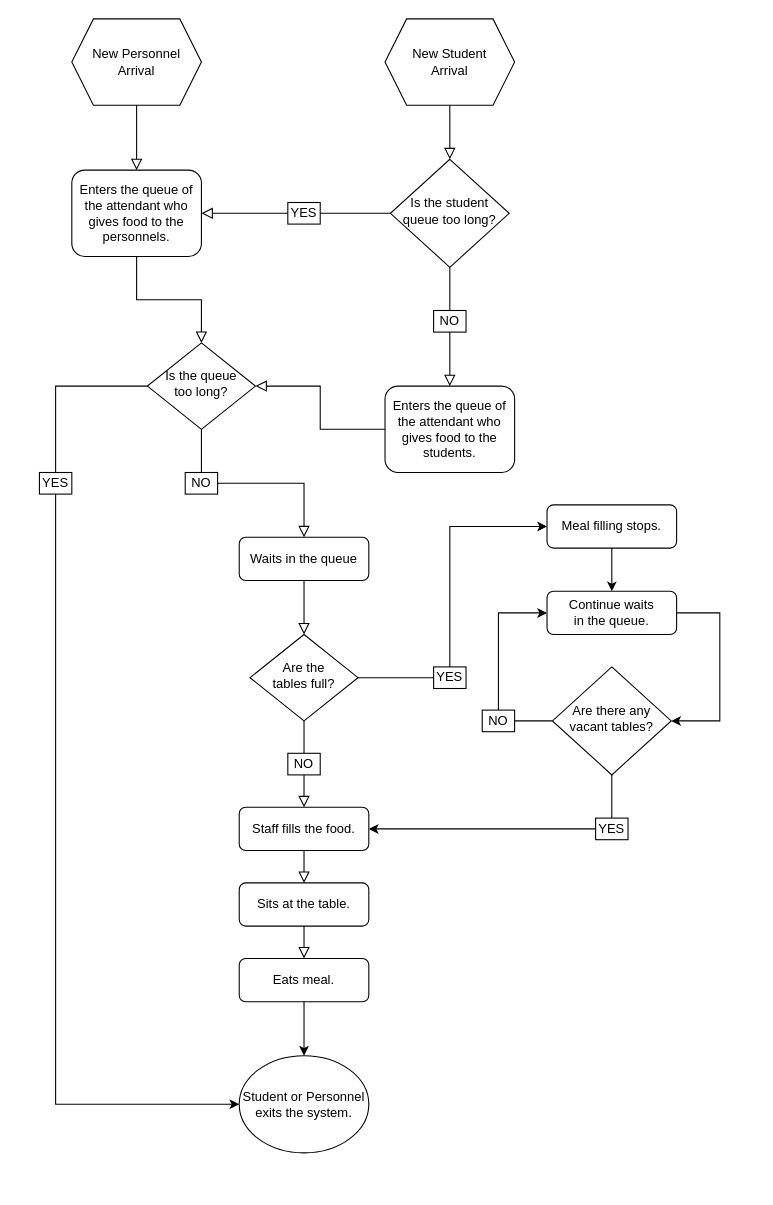
Above: HW4/HW4.drawio in gitsametcan/ModellingAnyLogic (draw.io), before the change. Source tidied: cells renumbered, new cells numbered last; positions are measured from the earlier drawing's top-left corner, leaving out a move shared by most shapes. Both pictures are drawn from the tidied source at 108%, with x=0, y=0 at pixel (39, 18).
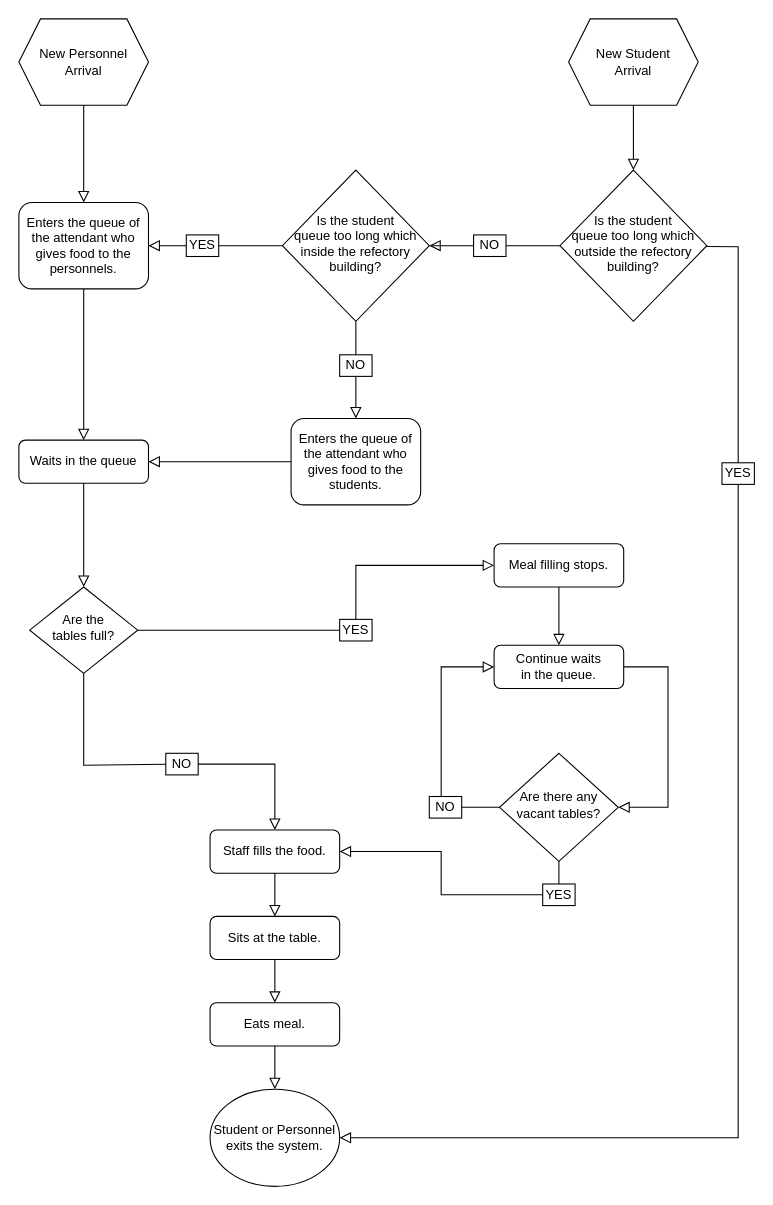
After the change.

The edit, as a diff of the source:
```diff
@@
     <mxCell id="2" value="New Student&lt;br&gt;Arrival" style="shape=hexagon;perimeter=hexagonPerimeter2;whiteSpace=wrap;html=1;fixedSize=1;" parent="1" vertex="1">
-      <mxGeometry x="320" width="120" height="80" as="geometry" />
+      <mxGeometry x="490" width="120" height="80" as="geometry" />
     </mxCell>
     <mxCell id="3" value="New Personnel Arrival" style="shape=hexagon;perimeter=hexagonPerimeter2;whiteSpace=wrap;html=1;fixedSize=1;" parent="1" vertex="1">
-      <mxGeometry x="30" width="120" height="80" as="geometry" />
+      <mxGeometry x="-19" width="120" height="80" as="geometry" />
     </mxCell>
@@
-    <mxCell id="5" style="rounded=0;html=1;jettySize=auto;fontSize=11;endArrow=block;endFill=0;endSize=8;strokeWidth=1;shadow=0;labelBackgroundColor=none;edgeStyle=orthogonalEdgeStyle;" parent="1" edge="1" source="2" target="8">
+    <mxCell id="5" style="rounded=0;html=1;jettySize=auto;fontSize=11;endArrow=block;endFill=0;endSize=8;strokeWidth=1;shadow=0;labelBackgroundColor=none;edgeStyle=orthogonalEdgeStyle;" parent="1" edge="1" source="2" target="51">
       <mxGeometry x="-1" y="158" relative="1" as="geometry">
         <mxPoint x="-108" y="-150" as="offset" />
       </mxGeometry>
     </mxCell>
     <mxCell id="6" value="Enters the queue of the attendant who gives food to the personnels." style="rounded=1;whiteSpace=wrap;html=1;fontSize=12;glass=0;strokeWidth=1;shadow=0;" parent="1" vertex="1">
-      <mxGeometry x="30" y="140" width="120" height="80" as="geometry" />
+      <mxGeometry x="-19" y="170" width="120" height="80" as="geometry" />
     </mxCell>
     <mxCell id="7" value="Enters the queue of the attendant who gives food to the students." style="rounded=1;whiteSpace=wrap;html=1;fontSize=12;glass=0;strokeWidth=1;shadow=0;" parent="1" vertex="1">
-      <mxGeometry x="320" y="340" width="120" height="80" as="geometry" />
+      <mxGeometry x="233" y="370" width="120" height="80" as="geometry" />
     </mxCell>
-    <mxCell id="8" value="Is the student &lt;br&gt;queue too long?" style="rhombus;whiteSpace=wrap;html=1;shadow=0;fontFamily=Helvetica;fontSize=12;align=center;strokeWidth=1;spacing=6;spacingTop=-4;" parent="1" vertex="1">
-      <mxGeometry x="325" y="130" width="110" height="100" as="geometry" />
+    <mxCell id="8" value="Is the student &lt;br&gt;queue too long which inside the refectory building?" style="rhombus;whiteSpace=wrap;html=1;shadow=0;fontFamily=Helvetica;fontSize=12;align=center;strokeWidth=1;spacing=6;spacingTop=-4;" parent="1" vertex="1">
+      <mxGeometry x="225" y="140" width="136" height="140" as="geometry" />
     </mxCell>
     <mxCell id="9" value="Are the&lt;br&gt;tables full?" style="rhombus;whiteSpace=wrap;html=1;shadow=0;fontFamily=Helvetica;fontSize=12;align=center;strokeWidth=1;spacing=6;spacingTop=-4;" parent="1" vertex="1">
-      <mxGeometry x="195" y="570" width="100" height="80" as="geometry" />
+      <mxGeometry x="-9" y="526" width="100" height="80" as="geometry" />
     </mxCell>
     <mxCell id="10" value="YES" style="rounded=0;whiteSpace=wrap;html=1;" parent="1" vertex="1">
-      <mxGeometry x="230" y="170" width="30" height="20" as="geometry" />
+      <mxGeometry x="136" y="200" width="30" height="20" as="geometry" />
     </mxCell>
@@
     <mxCell id="12" value="NO" style="rounded=0;whiteSpace=wrap;html=1;" parent="1" vertex="1">
-      <mxGeometry x="365" y="270" width="30" height="20" as="geometry" />
+      <mxGeometry x="278" y="311" width="30" height="20" as="geometry" />
     </mxCell>
@@
     <mxCell id="16" value="Waits in the queue" style="rounded=1;whiteSpace=wrap;html=1;fontSize=12;glass=0;strokeWidth=1;shadow=0;" parent="1" vertex="1">
-      <mxGeometry x="185" y="480" width="120" height="40" as="geometry" />
+      <mxGeometry x="-19" y="390" width="120" height="40" as="geometry" />
     </mxCell>
-    <mxCell id="17" style="rounded=0;html=1;jettySize=auto;fontSize=11;endArrow=block;endFill=0;endSize=8;strokeWidth=1;shadow=0;labelBackgroundColor=none;edgeStyle=orthogonalEdgeStyle;entryX=0.5;entryY=0;entryDx=0;entryDy=0;" parent="1" edge="1" source="6" target="20">
-      <mxGeometry x="-1" y="158" relative="1" as="geometry">
-        <mxPoint x="-108" y="-150" as="offset" />
-      </mxGeometry>
-    </mxCell>
-    <mxCell id="18" style="rounded=0;html=1;jettySize=auto;fontSize=11;endArrow=block;endFill=0;endSize=8;strokeWidth=1;shadow=0;labelBackgroundColor=none;edgeStyle=orthogonalEdgeStyle;" parent="1" edge="1" source="7" target="20">
+    <mxCell id="18" style="rounded=0;html=1;jettySize=auto;fontSize=11;endArrow=block;endFill=0;endSize=8;strokeWidth=1;shadow=0;labelBackgroundColor=none;edgeStyle=orthogonalEdgeStyle;" parent="1" edge="1" source="7" target="16">
       <mxGeometry x="-1" y="158" relative="1" as="geometry">
         <mxPoint x="-108" y="-150" as="offset" />
       </mxGeometry>
     </mxCell>
@@
-    <mxCell id="20" value="Is the queue&lt;br&gt;too long?" style="rhombus;whiteSpace=wrap;html=1;shadow=0;fontFamily=Helvetica;fontSize=12;align=center;strokeWidth=1;spacing=6;spacingTop=-4;" parent="1" vertex="1">
-      <mxGeometry x="100" y="300" width="100" height="80" as="geometry" />
-    </mxCell>
     <mxCell id="21" value="NO" style="rounded=0;whiteSpace=wrap;html=1;" parent="1" vertex="1">
-      <mxGeometry x="135" y="420" width="30" height="20" as="geometry" />
+      <mxGeometry x="402" y="200" width="30" height="20" as="geometry" />
     </mxCell>
-    <mxCell id="22" style="endArrow=none;html=1;rounded=0;" parent="1" edge="1" source="21" target="20">
-      <mxGeometry relative="1" as="geometry" />
-    </mxCell>
     <mxCell id="23" value="YES" style="rounded=0;whiteSpace=wrap;html=1;" parent="1" vertex="1">
-      <mxGeometry y="420" width="30" height="20" as="geometry" />
+      <mxGeometry x="632" y="411" width="30" height="20" as="geometry" />
     </mxCell>
     <mxCell id="24" value="NO" style="rounded=0;whiteSpace=wrap;html=1;" parent="1" vertex="1">
-      <mxGeometry x="230" y="680" width="30" height="20" as="geometry" />
+      <mxGeometry x="117" y="680" width="30" height="20" as="geometry" />
     </mxCell>
@@
     <mxCell id="26" value="Eats meal." style="rounded=1;whiteSpace=wrap;html=1;fontSize=12;glass=0;strokeWidth=1;shadow=0;" parent="1" vertex="1">
-      <mxGeometry x="185" y="870" width="120" height="40" as="geometry" />
+      <mxGeometry x="158" y="911" width="120" height="40" as="geometry" />
     </mxCell>
     <mxCell id="27" value="Sits at the table." style="rounded=1;whiteSpace=wrap;html=1;fontSize=12;glass=0;strokeWidth=1;shadow=0;" parent="1" vertex="1">
-      <mxGeometry x="185" y="800" width="120" height="40" as="geometry" />
+      <mxGeometry x="158" y="831" width="120" height="40" as="geometry" />
     </mxCell>
     <mxCell id="28" value="Staff fills the food." style="rounded=1;whiteSpace=wrap;html=1;fontSize=12;glass=0;strokeWidth=1;shadow=0;" parent="1" vertex="1">
-      <mxGeometry x="185" y="730" width="120" height="40" as="geometry" />
+      <mxGeometry x="158" y="751" width="120" height="40" as="geometry" />
     </mxCell>
     <mxCell id="29" style="endArrow=none;html=1;rounded=0;" parent="1" edge="1" source="9" target="24">
-      <mxGeometry relative="1" as="geometry" />
+      <mxGeometry relative="1" as="geometry">
+        <Array as="points">
+          <mxPoint x="41" y="691" />
+        </Array>
+      </mxGeometry>
     </mxCell>
@@
-    <mxCell id="32" style="rounded=0;html=1;jettySize=auto;fontSize=11;endArrow=block;endFill=0;endSize=8;strokeWidth=1;shadow=0;labelBackgroundColor=none;edgeStyle=orthogonalEdgeStyle;" parent="1" edge="1" source="21" target="16">
+    <mxCell id="32" style="rounded=0;html=1;jettySize=auto;fontSize=11;endArrow=block;endFill=0;endSize=8;strokeWidth=1;shadow=0;labelBackgroundColor=none;edgeStyle=orthogonalEdgeStyle;" parent="1" edge="1" source="21" target="8">
       <mxGeometry x="-1" y="158" relative="1" as="geometry">
+        <Array as="points">
+          <mxPoint x="362" y="210" />
+          <mxPoint x="362" y="210" />
+        </Array>
         <mxPoint x="-108" y="-150" as="offset" />
       </mxGeometry>
     </mxCell>
-    <mxCell id="33" style="endArrow=none;html=1;rounded=0;" parent="1" edge="1" source="23" target="20">
+    <mxCell id="33" style="endArrow=none;html=1;rounded=0;" parent="1" edge="1" source="23" target="51">
       <mxGeometry relative="1" as="geometry">
         <Array as="points">
-          <mxPoint x="15" y="340" />
+          <mxPoint x="647" y="211" />
         </Array>
       </mxGeometry>
     </mxCell>
     <mxCell id="34" value="YES" style="rounded=0;whiteSpace=wrap;html=1;" parent="1" vertex="1">
-      <mxGeometry x="365" y="600" width="30" height="20" as="geometry" />
+      <mxGeometry x="278" y="556" width="30" height="20" as="geometry" />
     </mxCell>
@@
     <mxCell id="36" value="Meal filling stops." style="rounded=1;whiteSpace=wrap;html=1;fontSize=12;glass=0;strokeWidth=1;shadow=0;" parent="1" vertex="1">
-      <mxGeometry x="470" y="450" width="120" height="40" as="geometry" />
+      <mxGeometry x="421" y="486" width="120" height="40" as="geometry" />
     </mxCell>
-    <mxCell id="37" style="endArrow=classic;html=1;rounded=0;" parent="1" edge="1" source="34" target="36">
-      <mxGeometry relative="1" as="geometry">
-        <Array as="points">
-          <mxPoint x="380" y="470" />
-        </Array>
-      </mxGeometry>
-    </mxCell>
     <mxCell id="38" value="Are there any vacant tables?" style="rhombus;whiteSpace=wrap;html=1;shadow=0;fontFamily=Helvetica;fontSize=12;align=center;strokeWidth=1;spacing=6;spacingTop=-4;" parent="1" vertex="1">
-      <mxGeometry x="475" y="600" width="110" height="100" as="geometry" />
+      <mxGeometry x="426" y="680" width="110" height="100" as="geometry" />
     </mxCell>
-    <mxCell id="39" style="endArrow=classic;html=1;rounded=0;" parent="1" edge="1" source="46" target="38">
-      <mxGeometry relative="1" as="geometry">
-        <Array as="points">
-          <mxPoint x="630" y="550" />
-          <mxPoint x="630" y="650" />
-        </Array>
-      </mxGeometry>
-    </mxCell>
     <mxCell id="40" value="NO" style="rounded=0;whiteSpace=wrap;html=1;" parent="1" vertex="1">
-      <mxGeometry x="410" y="640" width="30" height="20" as="geometry" />
+      <mxGeometry x="361" y="720" width="30" height="20" as="geometry" />
     </mxCell>
@@
-    <mxCell id="42" style="endArrow=classic;html=1;rounded=0;" parent="1" edge="1" source="40" target="46">
-      <mxGeometry relative="1" as="geometry">
-        <Array as="points">
-          <mxPoint x="425" y="550" />
-        </Array>
-      </mxGeometry>
-    </mxCell>
     <mxCell id="43" value="YES" style="rounded=0;whiteSpace=wrap;html=1;" parent="1" vertex="1">
-      <mxGeometry x="515" y="740" width="30" height="20" as="geometry" />
+      <mxGeometry x="466" y="801" width="30" height="20" as="geometry" />
     </mxCell>
@@
+    <mxCell id="46" value="Continue waits&lt;br&gt;in the queue." style="rounded=1;whiteSpace=wrap;html=1;fontSize=12;glass=0;strokeWidth=1;shadow=0;" parent="1" vertex="1">
+      <mxGeometry x="421" y="580" width="120" height="40" as="geometry" />
+    </mxCell>
+    <mxCell id="48" value="Student or Personnel exits the system." style="ellipse;whiteSpace=wrap;html=1;" parent="1" vertex="1">
+      <mxGeometry x="158" y="991" width="120" height="90" as="geometry" />
+    </mxCell>
+    <mxCell id="51" value="Is the student &lt;br&gt;queue too long which outside the refectory building?" style="rhombus;whiteSpace=wrap;html=1;shadow=0;fontFamily=Helvetica;fontSize=12;align=center;strokeWidth=1;spacing=6;spacingTop=-4;" parent="1" vertex="1">
+      <mxGeometry x="482" y="140" width="136" height="140" as="geometry" />
+    </mxCell>
+    <mxCell id="52" style="endArrow=none;html=1;rounded=0;" parent="1" edge="1" source="21" target="51">
+      <mxGeometry relative="1" as="geometry" />
+    </mxCell>
+    <mxCell id="53" style="rounded=0;html=1;jettySize=auto;fontSize=11;endArrow=block;endFill=0;endSize=8;strokeWidth=1;shadow=0;labelBackgroundColor=none;edgeStyle=orthogonalEdgeStyle;" parent="1" edge="1" source="6" target="16">
+      <mxGeometry x="-1" y="158" relative="1" as="geometry">
+        <mxPoint x="-108" y="-150" as="offset" />
+      </mxGeometry>
+    </mxCell>
+    <mxCell id="42" style="rounded=0;html=1;jettySize=auto;fontSize=11;endArrow=block;endFill=0;endSize=8;strokeWidth=1;shadow=0;labelBackgroundColor=none;edgeStyle=orthogonalEdgeStyle;exitX=0.5;exitY=0;exitDx=0;exitDy=0;" parent="1" edge="1" source="40" target="46">
+      <mxGeometry x="-1" y="158" relative="1" as="geometry">
+        <Array as="points">
+          <mxPoint x="372" y="720" />
+          <mxPoint x="372" y="600" />
+        </Array>
+        <mxPoint x="-108" y="-150" as="offset" />
+      </mxGeometry>
+    </mxCell>
-    <mxCell id="45" style="endArrow=classic;html=1;rounded=0;" parent="1" edge="1" source="43" target="28">
-      <mxGeometry relative="1" as="geometry" />
+    <mxCell id="45" style="rounded=0;html=1;jettySize=auto;fontSize=11;endArrow=block;endFill=0;endSize=8;strokeWidth=1;shadow=0;labelBackgroundColor=none;edgeStyle=orthogonalEdgeStyle;exitX=0;exitY=0.5;exitDx=0;exitDy=0;" parent="1" edge="1" source="43" target="28">
+      <mxGeometry x="-1" y="158" relative="1" as="geometry">
+        <Array as="points">
+          <mxPoint x="372" y="811" />
+          <mxPoint x="372" y="771" />
+        </Array>
+        <mxPoint x="-108" y="-150" as="offset" />
+      </mxGeometry>
     </mxCell>
-    <mxCell id="46" value="Continue waits&lt;br&gt;in the queue." style="rounded=1;whiteSpace=wrap;html=1;fontSize=12;glass=0;strokeWidth=1;shadow=0;" parent="1" vertex="1">
-      <mxGeometry x="470" y="530" width="120" height="40" as="geometry" />
-    </mxCell>
-    <mxCell id="47" style="endArrow=classic;html=1;rounded=0;" parent="1" edge="1" source="36" target="46">
-      <mxGeometry relative="1" as="geometry" />
+    <mxCell id="47" style="rounded=0;html=1;jettySize=auto;fontSize=11;endArrow=block;endFill=0;endSize=8;strokeWidth=1;shadow=0;labelBackgroundColor=none;edgeStyle=orthogonalEdgeStyle;" parent="1" edge="1" source="36" target="46">
+      <mxGeometry x="-1" y="158" relative="1" as="geometry">
+        <mxPoint x="-108" y="-150" as="offset" />
+      </mxGeometry>
     </mxCell>
-    <mxCell id="48" value="Student or Personnel exits the system." style="ellipse;whiteSpace=wrap;html=1;" parent="1" vertex="1">
-      <mxGeometry x="185" y="960" width="120" height="90" as="geometry" />
-    </mxCell>
+    <mxCell id="37" style="rounded=0;html=1;jettySize=auto;fontSize=11;endArrow=block;endFill=0;endSize=8;strokeWidth=1;shadow=0;labelBackgroundColor=none;edgeStyle=orthogonalEdgeStyle;exitX=0.5;exitY=0;exitDx=0;exitDy=0;" parent="1" edge="1" source="34" target="36">
+      <mxGeometry x="-1" y="158" relative="1" as="geometry">
+        <Array as="points">
+          <mxPoint x="293" y="506" />
+        </Array>
+        <mxPoint x="-108" y="-150" as="offset" />
+      </mxGeometry>
+    </mxCell>
-    <mxCell id="49" style="endArrow=classic;html=1;rounded=0;" parent="1" edge="1" source="26" target="48">
-      <mxGeometry relative="1" as="geometry" />
+    <mxCell id="49" style="rounded=0;html=1;jettySize=auto;fontSize=11;endArrow=block;endFill=0;endSize=8;strokeWidth=1;shadow=0;labelBackgroundColor=none;edgeStyle=orthogonalEdgeStyle;" parent="1" edge="1" source="26" target="48">
+      <mxGeometry x="-1" y="158" relative="1" as="geometry">
+        <mxPoint x="-108" y="-150" as="offset" />
+      </mxGeometry>
     </mxCell>
-    <mxCell id="50" style="endArrow=classic;html=1;rounded=0;" parent="1" edge="1" source="23" target="48">
-      <mxGeometry relative="1" as="geometry">
+    <mxCell id="50" style="rounded=0;html=1;jettySize=auto;fontSize=11;endArrow=block;endFill=0;endSize=8;strokeWidth=1;shadow=0;labelBackgroundColor=none;edgeStyle=orthogonalEdgeStyle;" parent="1" edge="1" source="23" target="48">
+      <mxGeometry x="-1" y="158" relative="1" as="geometry">
         <Array as="points">
-          <mxPoint x="15" y="1005" />
+          <mxPoint x="647" y="1036" />
         </Array>
+        <mxPoint x="-108" y="-150" as="offset" />
       </mxGeometry>
     </mxCell>
+    <mxCell id="39" style="rounded=0;html=1;jettySize=auto;fontSize=11;endArrow=block;endFill=0;endSize=8;strokeWidth=1;shadow=0;labelBackgroundColor=none;edgeStyle=orthogonalEdgeStyle;" parent="1" edge="1" source="46" target="38">
+      <mxGeometry x="-1" y="158" relative="1" as="geometry">
+        <Array as="points">
+          <mxPoint x="582" y="600" />
+          <mxPoint x="582" y="730" />
+        </Array>
+        <mxPoint x="-108" y="-150" as="offset" />
+      </mxGeometry>
+    </mxCell>
```
